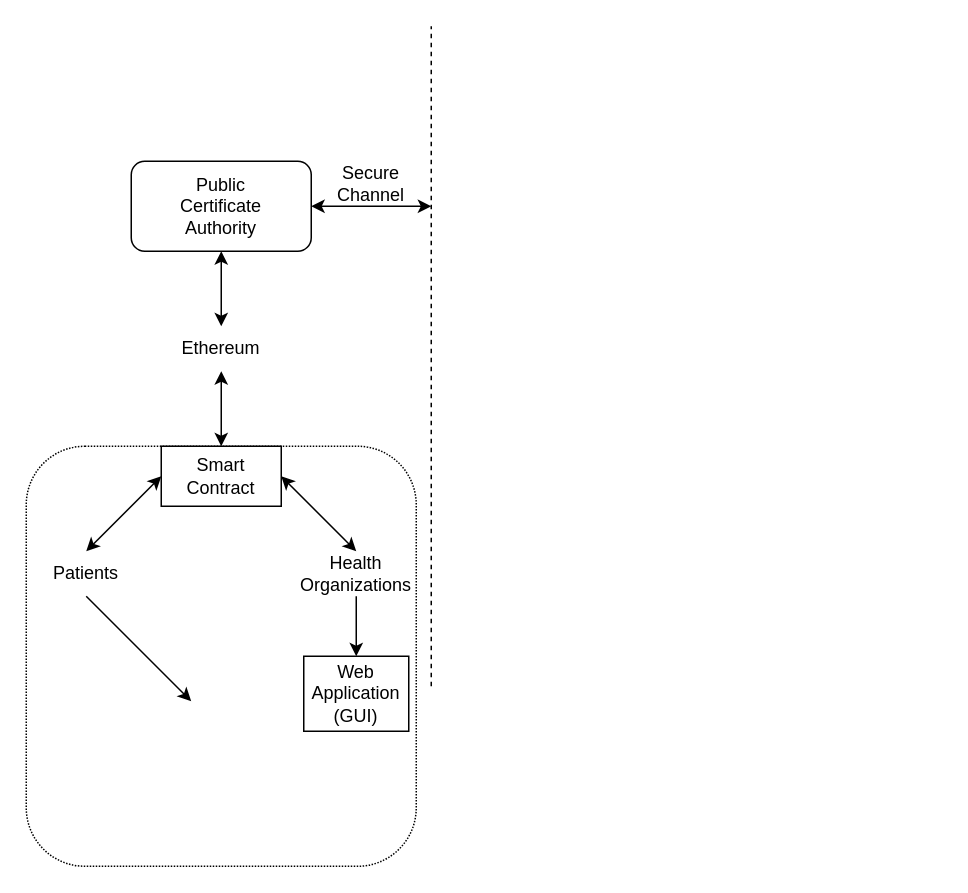
The draw.io diagram Untitled Diagram.drawio in WilliamStar007/Interoperable-Healthcare-Blockchain-Diagram, before the edit. Source tidied: cells renumbered, new cells numbered last; positions are measured from the earlier drawing's top-left corner, leaving out a move shared by most shapes. Both pictures are drawn from the tidied source at 150%, with x=0, y=0 at pixel (26, 26).
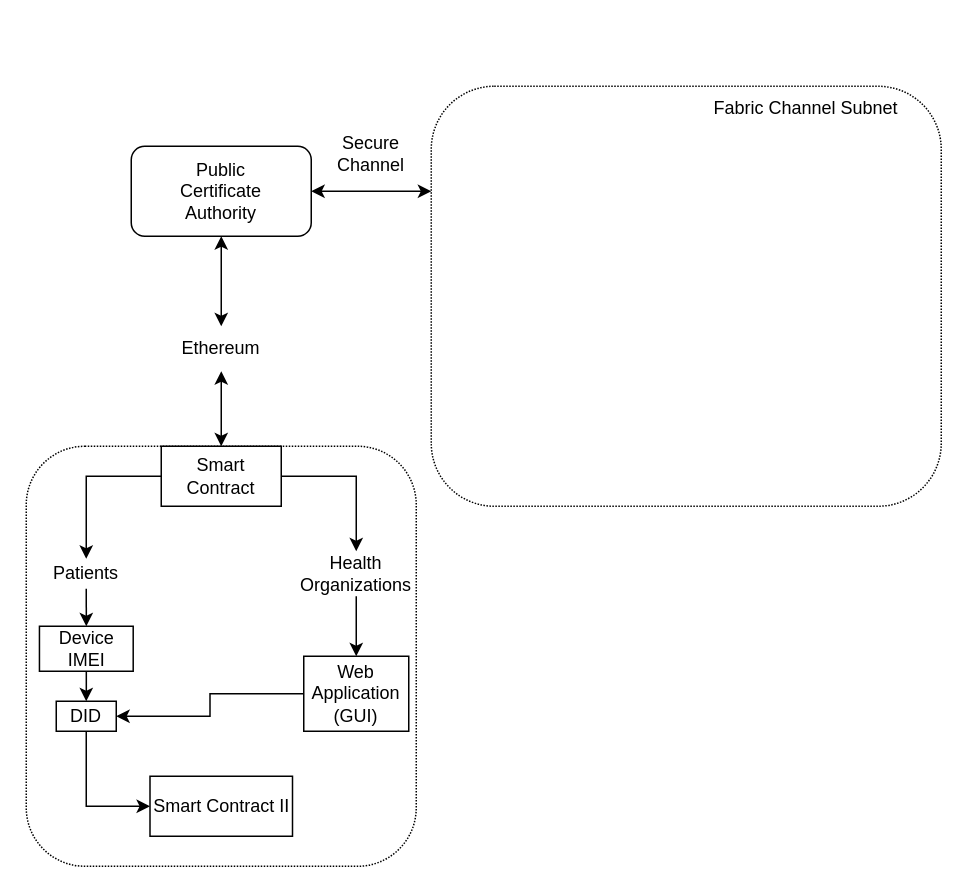
The same page after the edit.

The change refers to these unchanged cells:
```xml
<mxCell id="9" style="rounded=1;whiteSpace=wrap;html=1;dashed=1;dashPattern=1 1;" parent="1" vertex="1">
  <mxGeometry y="280" width="260" height="280" as="geometry" />
</mxCell>
<mxCell id="11" value="Health Organizations" style="text;strokeColor=none;align=center;fillColor=none;html=1;verticalAlign=middle;whiteSpace=wrap;rounded=0;" parent="1" vertex="1">
  <mxGeometry x="190" y="350" width="60" height="30" as="geometry" />
</mxCell>
<mxCell id="13" value="Smart Contract" style="rounded=0;whiteSpace=wrap;html=1;" parent="1" vertex="1">
  <mxGeometry x="90" y="280" width="80" height="40" as="geometry" />
</mxCell>
<mxCell id="16" value="Web Application&lt;br&gt;(GUI)" style="rounded=0;whiteSpace=wrap;html=1;" parent="1" vertex="1">
  <mxGeometry x="185" y="420" width="70" height="50" as="geometry" />
</mxCell>
```

Diff of the diagram source:
```diff
@@
     <mxCell id="2" value="Public&lt;br&gt;Certificate&lt;br&gt;Authority" style="rounded=1;whiteSpace=wrap;html=1;" parent="1" vertex="1">
-      <mxGeometry x="70" y="90" width="120" height="60" as="geometry" />
+      <mxGeometry x="70" y="80" width="120" height="60" as="geometry" />
     </mxCell>
-    <mxCell id="3" style="endArrow=none;dashed=1;html=1;rounded=0;" parent="1" edge="1">
-      <mxGeometry relative="1" as="geometry">
-        <mxPoint x="270" y="440" as="sourcePoint" />
-        <mxPoint x="270" as="targetPoint" />
-      </mxGeometry>
-    </mxCell>
-    <mxCell id="4" style="endArrow=classic;startArrow=classic;html=1;rounded=0;exitX=1;exitY=0.5;exitDx=0;exitDy=0;" parent="1" edge="1" source="2">
-      <mxGeometry relative="1" as="geometry">
-        <mxPoint x="270" y="120" as="targetPoint" />
-      </mxGeometry>
+    <mxCell id="4" style="endArrow=classic;startArrow=classic;html=1;rounded=0;exitX=1;exitY=0.5;exitDx=0;exitDy=0;entryX=0;entryY=0.25;entryDx=0;entryDy=0;" parent="1" edge="1" source="2" target="26">
+      <mxGeometry relative="1" as="geometry" />
     </mxCell>
     <mxCell id="5" value="Secure Channel" style="text;strokeColor=none;align=center;fillColor=none;html=1;verticalAlign=middle;whiteSpace=wrap;rounded=0;" parent="1" vertex="1">
-      <mxGeometry x="200" y="90" width="60" height="30" as="geometry" />
+      <mxGeometry x="200" y="70" width="60" height="30" as="geometry" />
     </mxCell>
@@
+    <mxCell id="18" style="edgeStyle=orthogonalEdgeStyle;rounded=0;jettySize=auto;html=1;exitX=0.5;exitY=1;exitDx=0;exitDy=0;entryX=0.5;entryY=0;entryDx=0;entryDy=0;" parent="1" edge="1" source="10" target="21">
+      <mxGeometry relative="1" as="geometry" />
+    </mxCell>
     <mxCell id="10" value="Patients" style="text;strokeColor=none;align=center;fillColor=none;html=1;verticalAlign=middle;whiteSpace=wrap;rounded=0;" parent="1" vertex="1">
-      <mxGeometry x="10" y="350" width="60" height="30" as="geometry" />
+      <mxGeometry x="10" y="355" width="60" height="20" as="geometry" />
     </mxCell>
+    <mxCell id="17" style="edgeStyle=orthogonalEdgeStyle;rounded=0;jettySize=auto;html=1;exitX=0.5;exitY=1;exitDx=0;exitDy=0;entryX=0.5;entryY=0;entryDx=0;entryDy=0;" parent="1" edge="1" source="11" target="16">
+      <mxGeometry relative="1" as="geometry" />
+    </mxCell>
@@
-    <mxCell id="12" style="endArrow=classic;startArrow=classic;html=1;rounded=0;entryX=0.5;entryY=0;entryDx=0;entryDy=0;exitX=0;exitY=0.5;exitDx=0;exitDy=0;" parent="1" edge="1" source="13" target="10">
+    <mxCell id="12" style="edgeStyle=orthogonalEdgeStyle;rounded=0;jettySize=auto;html=1;exitX=0;exitY=0.5;exitDx=0;exitDy=0;entryX=0.5;entryY=0;entryDx=0;entryDy=0;" parent="1" edge="1" source="13" target="10">
       <mxGeometry relative="1" as="geometry" />
     </mxCell>
+    <mxCell id="14" style="edgeStyle=orthogonalEdgeStyle;rounded=0;jettySize=auto;html=1;exitX=1;exitY=0.5;exitDx=0;exitDy=0;entryX=0.5;entryY=0;entryDx=0;entryDy=0;" parent="1" edge="1" source="13" target="11">
+      <mxGeometry relative="1" as="geometry" />
+    </mxCell>
@@
-    <mxCell id="14" style="endArrow=classic;startArrow=classic;html=1;rounded=0;exitX=1;exitY=0.5;exitDx=0;exitDy=0;entryX=0.5;entryY=0;entryDx=0;entryDy=0;" parent="1" edge="1" source="13" target="11">
-      <mxGeometry relative="1" as="geometry" />
-    </mxCell>
-    <mxCell id="15" style="endArrow=classic;html=1;rounded=0;exitX=0.5;exitY=1;exitDx=0;exitDy=0;entryX=0.423;entryY=0.607;entryDx=0;entryDy=0;entryPerimeter=0;" parent="1" edge="1" source="10" target="9">
-      <mxGeometry relative="1" as="geometry" />
-    </mxCell>
+    <mxCell id="19" style="edgeStyle=orthogonalEdgeStyle;rounded=0;jettySize=auto;html=1;exitX=0;exitY=0.5;exitDx=0;exitDy=0;entryX=1;entryY=0.5;entryDx=0;entryDy=0;" parent="1" edge="1" source="16" target="23">
+      <mxGeometry relative="1" as="geometry" />
+    </mxCell>
@@
-    <mxCell id="17" style="endArrow=classic;html=1;rounded=0;exitX=0.5;exitY=1;exitDx=0;exitDy=0;entryX=0.5;entryY=0;entryDx=0;entryDy=0;" parent="1" edge="1" source="11" target="16">
-      <mxGeometry relative="1" as="geometry" />
-    </mxCell>
+    <mxCell id="20" style="edgeStyle=orthogonalEdgeStyle;rounded=0;jettySize=auto;html=1;exitX=0.5;exitY=1;exitDx=0;exitDy=0;entryX=0.5;entryY=0;entryDx=0;entryDy=0;" parent="1" edge="1" source="21" target="23">
+      <mxGeometry relative="1" as="geometry" />
+    </mxCell>
+    <mxCell id="21" value="Device IMEI" style="rounded=0;whiteSpace=wrap;html=1;" parent="1" vertex="1">
+      <mxGeometry x="8.8" y="400" width="62.5" height="30" as="geometry" />
+    </mxCell>
+    <mxCell id="22" style="edgeStyle=orthogonalEdgeStyle;rounded=0;jettySize=auto;html=1;exitX=0.5;exitY=1;exitDx=0;exitDy=0;entryX=0;entryY=0.5;entryDx=0;entryDy=0;" parent="1" edge="1" source="23" target="24">
+      <mxGeometry relative="1" as="geometry" />
+    </mxCell>
+    <mxCell id="23" value="DID" style="rounded=0;whiteSpace=wrap;html=1;" parent="1" vertex="1">
+      <mxGeometry x="20" y="450" width="40" height="20" as="geometry" />
+    </mxCell>
+    <mxCell id="24" value="Smart Contract II" style="rounded=0;whiteSpace=wrap;html=1;" parent="1" vertex="1">
+      <mxGeometry x="82.5" y="500" width="95" height="40" as="geometry" />
+    </mxCell>
+    <mxCell id="25" style="whiteSpace=wrap;html=1;" parent="1" vertex="1">
+      <mxGeometry x="310" y="100" width="40" height="40" as="geometry" />
+    </mxCell>
+    <mxCell id="26" style="rounded=1;whiteSpace=wrap;html=1;dashed=1;dashPattern=1 1;" parent="1" vertex="1">
+      <mxGeometry x="270" y="40" width="340" height="280" as="geometry" />
+    </mxCell>
+    <mxCell id="27" value="Fabric Channel Subnet" style="text;strokeColor=none;align=center;fillColor=none;html=1;verticalAlign=middle;whiteSpace=wrap;rounded=0;" parent="1" vertex="1">
+      <mxGeometry x="450" y="40" width="140" height="30" as="geometry" />
+    </mxCell>
```
